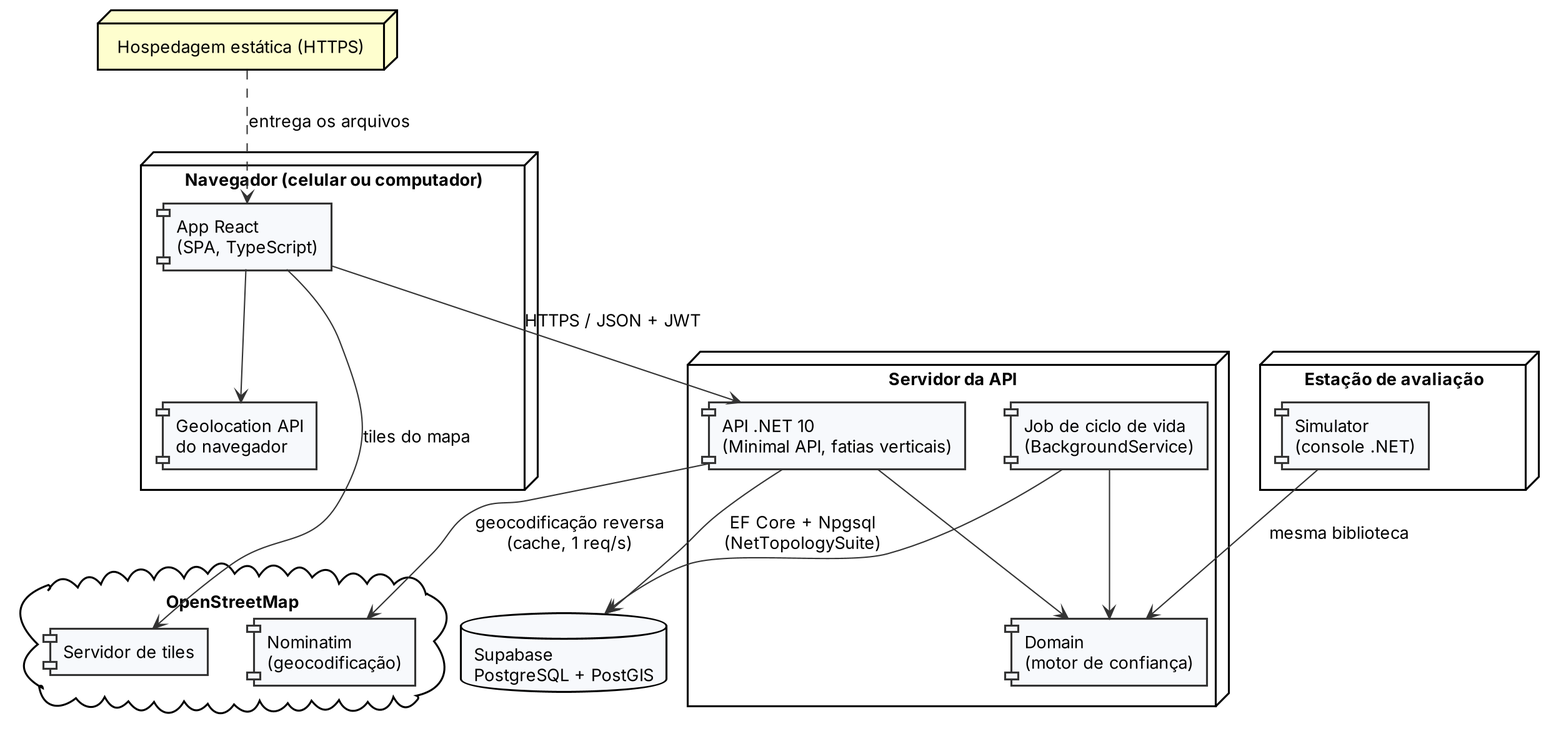
This is docs/diagramas/07_arquitetura.png from VictorHenriqueTerraCheru/TCC.back, a PlantUML export, as it was before one commit. Its source is kept beside it as docs/diagramas/07_arquitetura.puml. Its diagram source:
```plantuml
@startuml
!include _style.iuml
node "Navegador (celular ou computador)" {
  component "App React\n(SPA, TypeScript)" as APP
  component "Geolocation API\ndo navegador" as GPS
}
node "Hospedagem estática (HTTPS)" as HOST
cloud "OpenStreetMap" {
  component "Servidor de tiles" as OSM
  component "Nominatim\n(geocodificação)" as NOM
}
node "Railway" {
  node "Servidor da API (container)" {
    component "API .NET 10\n(Minimal API, fatias verticais)" as API
    component "Domain\n(motor de confiança)" as DOM
    component "Job de ciclo de vida\n(BackgroundService)" as JOB
  }
  database "PostgreSQL + PostGIS" as DB
}
node "Estação de avaliação" {
  component "Simulator\n(console .NET)" as SIM
}
HOST ..> APP : entrega os arquivos
APP --> GPS
APP --> OSM : tiles do mapa
APP --> API : HTTPS / JSON + JWT
API --> NOM : geocodificação reversa\n(cache, 1 req/s)
API --> DOM
JOB --> DOM
API --> DB : EF Core + Npgsql\n(NetTopologySuite)
JOB --> DB
SIM --> DOM : mesma biblioteca
@enduml
```
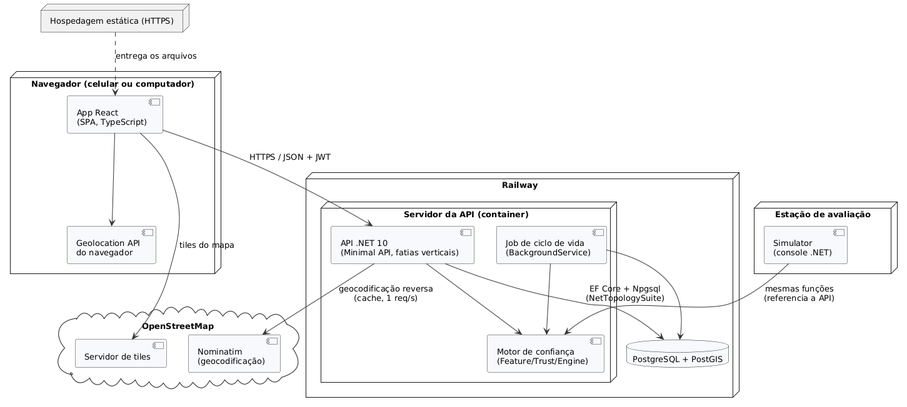
The same diagram one commit later.

The edit, as a diff of the source:
```diff
@@ -12,7 +12,7 @@
 node "Railway" {
   node "Servidor da API (container)" {
     component "API .NET 10\n(Minimal API, fatias verticais)" as API
-    component "Domain\n(motor de confiança)" as DOM
+    component "Motor de confiança\n(Feature/Trust/Engine)" as DOM
     component "Job de ciclo de vida\n(BackgroundService)" as JOB
   }
   database "PostgreSQL + PostGIS" as DB
@@ -29,5 +29,5 @@
 JOB --> DOM
 API --> DB : EF Core + Npgsql\n(NetTopologySuite)
 JOB --> DB
-SIM --> DOM : mesma biblioteca
+SIM --> DOM : mesmas funções\n(referencia a API)
 @enduml
```
